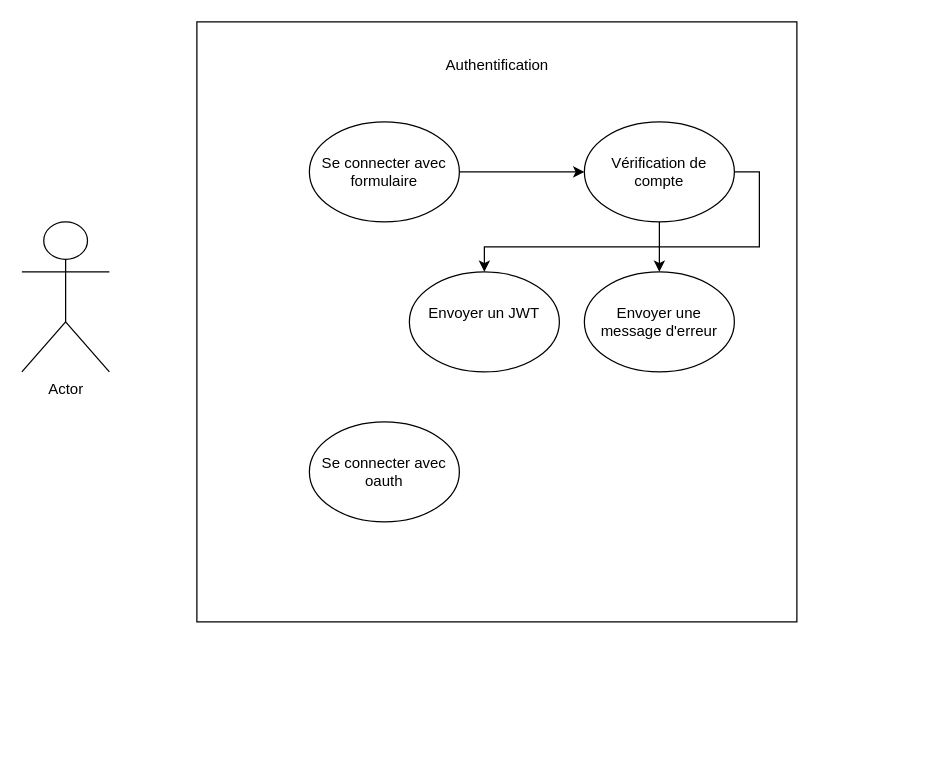
This is diagramme/cas_utilisation_authentification.drawio from Fano10/EcoTrack, a draw.io file, before an edit. Source tidied: cells renumbered, new cells numbered last; positions are measured from the earlier drawing's top-left corner, leaving out a move shared by most shapes. Both pictures are drawn from the tidied source at 125%, with x=0, y=0 at pixel (21, 21).
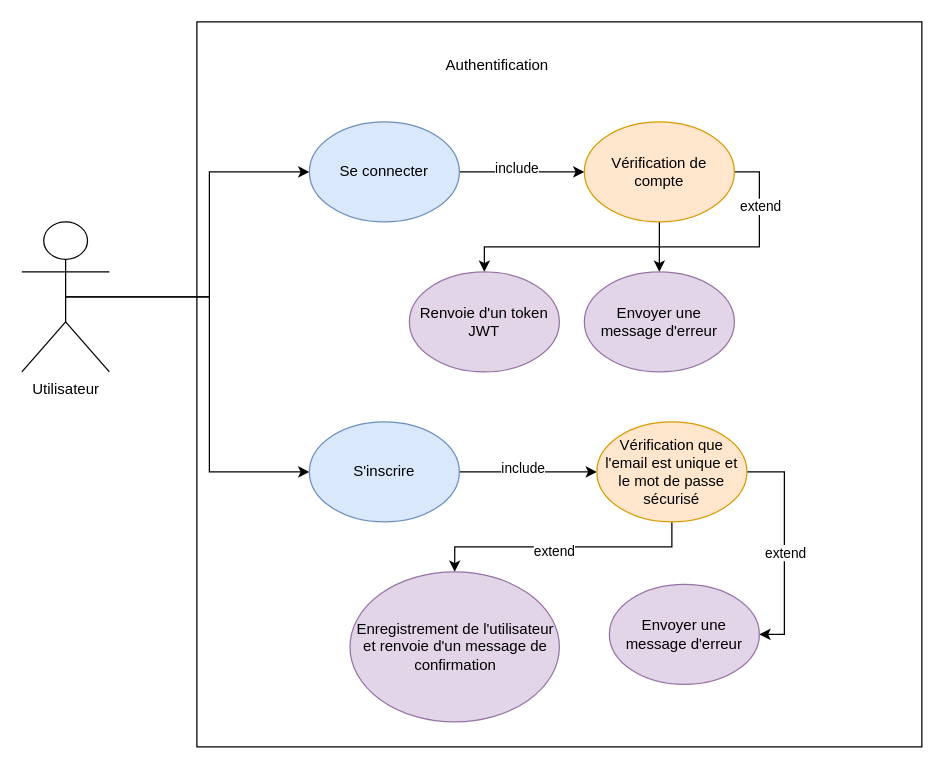
Above is the later version.

Unchanged cells that the change refers to:
```xml
<mxCell id="5" style="edgeStyle=orthogonalEdgeStyle;rounded=0;jettySize=auto;html=1;" parent="1" edge="1" source="6" target="9">
  <mxGeometry relative="1" as="geometry" />
</mxCell>
<mxCell id="8" style="edgeStyle=orthogonalEdgeStyle;rounded=0;jettySize=auto;html=1;exitX=1;exitY=0.5;exitDx=0;exitDy=0;" parent="1" edge="1" source="9" target="10">
  <mxGeometry relative="1" as="geometry" />
</mxCell>
```

Change to the diagram source:
```diff
@@
     <mxCell id="2" style="whiteSpace=wrap;html=1;" parent="1" vertex="1">
-      <mxGeometry x="140" width="480" height="480" as="geometry" />
+      <mxGeometry x="140" width="580" height="580" as="geometry" />
     </mxCell>
@@
+    <mxCell id="13" style="edgeStyle=orthogonalEdgeStyle;rounded=0;jettySize=auto;html=1;exitX=0.5;exitY=0.5;exitDx=0;exitDy=0;exitPerimeter=0;entryX=0;entryY=0.5;entryDx=0;entryDy=0;" parent="1" edge="1" source="4" target="6">
+      <mxGeometry relative="1" as="geometry" />
+    </mxCell>
+    <mxCell id="14" style="edgeStyle=orthogonalEdgeStyle;rounded=0;jettySize=auto;html=1;exitX=0.5;exitY=0.5;exitDx=0;exitDy=0;exitPerimeter=0;entryX=0;entryY=0.5;entryDx=0;entryDy=0;" parent="1" edge="1" source="4" target="12">
+      <mxGeometry relative="1" as="geometry" />
+    </mxCell>
-    <mxCell id="4" value="Actor" style="shape=umlActor;verticalLabelPosition=bottom;verticalAlign=top;html=1;outlineConnect=0;" parent="1" vertex="1">
+    <mxCell id="4" value="Utilisateur" style="shape=umlActor;verticalLabelPosition=bottom;verticalAlign=top;html=1;outlineConnect=0;" parent="1" vertex="1">
       <mxGeometry y="160" width="70" height="120" as="geometry" />
     </mxCell>
@@
+    <mxCell id="15" value="include" style="edgeLabel;html=1;align=center;verticalAlign=middle;" parent="5" vertex="1">
+      <mxGeometry x="-0.1" y="4" relative="1" as="geometry" />
+    </mxCell>
-    <mxCell id="6" value="Se connecter avec formulaire" style="ellipse;whiteSpace=wrap;html=1;" parent="1" vertex="1">
+    <mxCell id="6" value="Se connecter" style="ellipse;whiteSpace=wrap;html=1;fillColor=#dae8fc;strokeColor=#6c8ebf;" parent="1" vertex="1">
       <mxGeometry x="230" y="80" width="120" height="80" as="geometry" />
     </mxCell>
@@
+    <mxCell id="16" value="extend" style="edgeLabel;html=1;align=center;verticalAlign=middle;" parent="8" vertex="1">
+      <mxGeometry x="-0.48" relative="1" as="geometry" />
+    </mxCell>
-    <mxCell id="9" value="Vérification de compte" style="ellipse;whiteSpace=wrap;html=1;" parent="1" vertex="1">
+    <mxCell id="9" value="Vérification de compte" style="ellipse;whiteSpace=wrap;html=1;fillColor=#ffe6cc;strokeColor=#d79b00;" parent="1" vertex="1">
       <mxGeometry x="450" y="80" width="120" height="80" as="geometry" />
     </mxCell>
-    <mxCell id="10" value="Envoyer une message d'erreur" style="ellipse;whiteSpace=wrap;html=1;" parent="1" vertex="1">
+    <mxCell id="10" value="Envoyer une message d'erreur" style="ellipse;whiteSpace=wrap;html=1;fillColor=#e1d5e7;strokeColor=#9673a6;" parent="1" vertex="1">
       <mxGeometry x="450" y="200" width="120" height="80" as="geometry" />
     </mxCell>
-    <mxCell id="11" value="Envoyer un JWT&lt;div&gt;&lt;br&gt;&lt;/div&gt;" style="ellipse;whiteSpace=wrap;html=1;" parent="1" vertex="1">
+    <mxCell id="11" value="&lt;div&gt;Renvoie d'un token JWT&lt;/div&gt;" style="ellipse;whiteSpace=wrap;html=1;fillColor=#e1d5e7;strokeColor=#9673a6;" parent="1" vertex="1">
       <mxGeometry x="310" y="200" width="120" height="80" as="geometry" />
     </mxCell>
+    <mxCell id="17" style="edgeStyle=orthogonalEdgeStyle;rounded=0;jettySize=auto;html=1;exitX=1;exitY=0.5;exitDx=0;exitDy=0;" parent="1" edge="1" source="12" target="23">
+      <mxGeometry relative="1" as="geometry" />
+    </mxCell>
+    <mxCell id="18" value="include" style="edgeLabel;html=1;align=center;verticalAlign=middle;" parent="17" vertex="1">
+      <mxGeometry x="-0.09" y="4" relative="1" as="geometry" />
+    </mxCell>
-    <mxCell id="12" value="Se connecter avec oauth" style="ellipse;whiteSpace=wrap;html=1;" parent="1" vertex="1">
+    <mxCell id="12" value="S'inscrire" style="ellipse;whiteSpace=wrap;html=1;fillColor=#dae8fc;strokeColor=#6c8ebf;" parent="1" vertex="1">
       <mxGeometry x="230" y="320" width="120" height="80" as="geometry" />
     </mxCell>
+    <mxCell id="19" style="edgeStyle=orthogonalEdgeStyle;rounded=0;jettySize=auto;html=1;exitX=0.5;exitY=1;exitDx=0;exitDy=0;" parent="1" edge="1" source="23" target="24">
+      <mxGeometry relative="1" as="geometry" />
+    </mxCell>
+    <mxCell id="20" value="extend" style="edgeLabel;html=1;align=center;verticalAlign=middle;" parent="19" vertex="1">
+      <mxGeometry x="0.08" y="3" relative="1" as="geometry" />
+    </mxCell>
+    <mxCell id="21" style="edgeStyle=orthogonalEdgeStyle;rounded=0;jettySize=auto;html=1;exitX=1;exitY=0.5;exitDx=0;exitDy=0;entryX=1;entryY=0.5;entryDx=0;entryDy=0;" parent="1" edge="1" source="23" target="25">
+      <mxGeometry relative="1" as="geometry" />
+    </mxCell>
+    <mxCell id="22" value="extend" style="edgeLabel;html=1;align=center;verticalAlign=middle;" parent="21" vertex="1">
+      <mxGeometry x="0.04" relative="1" as="geometry" />
+    </mxCell>
+    <mxCell id="23" value="Vérification que l'email est unique et le mot de passe sécurisé" style="ellipse;whiteSpace=wrap;html=1;fillColor=#ffe6cc;strokeColor=#d79b00;" parent="1" vertex="1">
+      <mxGeometry x="460" y="320" width="120" height="80" as="geometry" />
+    </mxCell>
+    <mxCell id="24" value="Enregistrement de l'utilisateur et renvoie d'un message de confirmation" style="ellipse;whiteSpace=wrap;html=1;fillColor=#e1d5e7;strokeColor=#9673a6;" parent="1" vertex="1">
+      <mxGeometry x="262.5" y="440" width="167.5" height="120" as="geometry" />
+    </mxCell>
+    <mxCell id="25" value="Envoyer une message d'erreur" style="ellipse;whiteSpace=wrap;html=1;fillColor=#e1d5e7;strokeColor=#9673a6;" parent="1" vertex="1">
+      <mxGeometry x="470" y="450" width="120" height="80" as="geometry" />
+    </mxCell>
```
